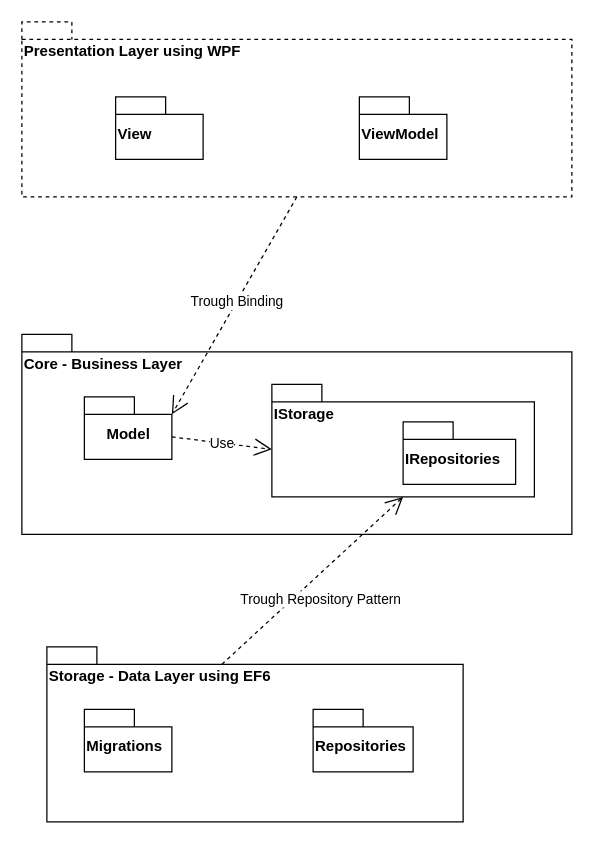
This is PackageModel.drawio from Technus/ItemDB, a draw.io file, before an edit. Source tidied: cells renumbered, new cells numbered last; positions are measured from the earlier drawing's top-left corner, leaving out a move shared by most shapes. Both pictures are drawn from the tidied source at 125%, with x=0, y=0 at pixel (21, 21).
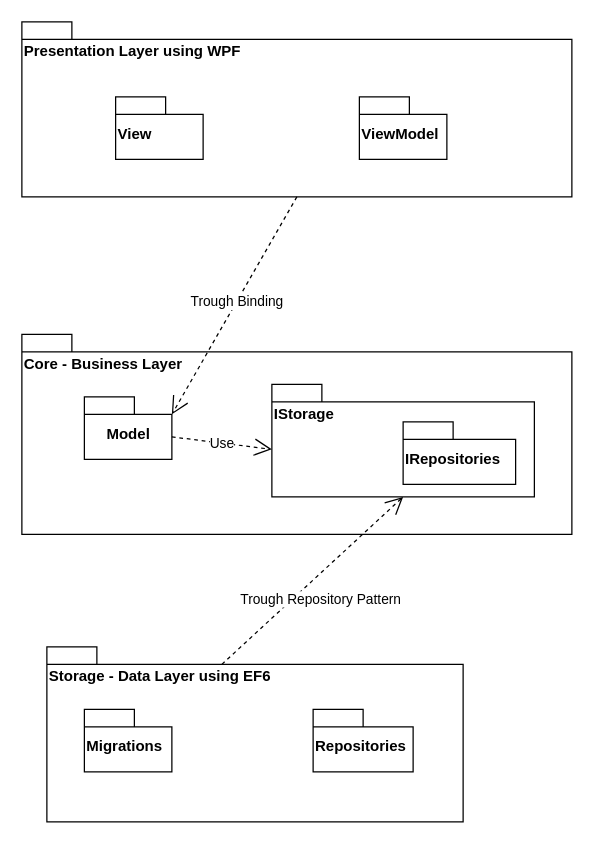
The same page after the edit.

Commit message:
Update package graph

Diff of the diagram source:
```diff
@@
 <mxGraphModel>
   <root>
     <mxCell id="0" />
     <mxCell id="1" parent="0" />
     <mxCell id="2" value="Core - Business Layer" style="shape=folder;fontStyle=1;spacingTop=10;tabWidth=40;tabHeight=14;tabPosition=left;html=1;align=left;verticalAlign=top;" parent="1" vertex="1">
       <mxGeometry y="250" width="440" height="160" as="geometry" />
     </mxCell>
     <mxCell id="3" value="Model" style="shape=folder;fontStyle=1;spacingTop=10;tabWidth=40;tabHeight=14;tabPosition=left;html=1;" parent="1" vertex="1">
       <mxGeometry x="50" y="300" width="70" height="50" as="geometry" />
     </mxCell>
     <mxCell id="4" value="IStorage" style="shape=folder;fontStyle=1;spacingTop=10;tabWidth=40;tabHeight=14;tabPosition=left;html=1;align=left;verticalAlign=top;" parent="1" vertex="1">
       <mxGeometry x="200" y="290" width="210" height="90" as="geometry" />
     </mxCell>
     <mxCell id="5" value="IRepositories" style="shape=folder;fontStyle=1;spacingTop=10;tabWidth=40;tabHeight=14;tabPosition=left;html=1;align=left;" parent="1" vertex="1">
       <mxGeometry x="305" y="320" width="90" height="50" as="geometry" />
     </mxCell>
     <mxCell id="6" value="Storage - Data Layer using EF6" style="shape=folder;fontStyle=1;spacingTop=10;tabWidth=40;tabHeight=14;tabPosition=left;html=1;align=left;verticalAlign=top;" parent="1" vertex="1">
       <mxGeometry x="20" y="500" width="333" height="140" as="geometry" />
     </mxCell>
     <mxCell id="7" value="Migrations" style="shape=folder;fontStyle=1;spacingTop=10;tabWidth=40;tabHeight=14;tabPosition=left;html=1;align=left;" parent="1" vertex="1">
       <mxGeometry x="50" y="550" width="70" height="50" as="geometry" />
     </mxCell>
     <mxCell id="8" value="Repositories" style="shape=folder;fontStyle=1;spacingTop=10;tabWidth=40;tabHeight=14;tabPosition=left;html=1;align=left;" parent="1" vertex="1">
       <mxGeometry x="233" y="550" width="80" height="50" as="geometry" />
     </mxCell>
-    <mxCell id="9" value="Presentation Layer using WPF" style="shape=folder;fontStyle=1;spacingTop=10;tabWidth=40;tabHeight=14;tabPosition=left;html=1;align=left;verticalAlign=top;dashed=1;" parent="1" vertex="1">
+    <mxCell id="9" value="Presentation Layer using WPF" style="shape=folder;fontStyle=1;spacingTop=10;tabWidth=40;tabHeight=14;tabPosition=left;html=1;align=left;verticalAlign=top;" parent="1" vertex="1">
       <mxGeometry width="440" height="140" as="geometry" />
     </mxCell>
     <mxCell id="10" value="View" style="shape=folder;fontStyle=1;spacingTop=10;tabWidth=40;tabHeight=14;tabPosition=left;html=1;align=left;" parent="1" vertex="1">
       <mxGeometry x="75" y="60" width="70" height="50" as="geometry" />
     </mxCell>
     <mxCell id="11" value="ViewModel" style="shape=folder;fontStyle=1;spacingTop=10;tabWidth=40;tabHeight=14;tabPosition=left;html=1;align=left;" parent="1" vertex="1">
       <mxGeometry x="270" y="60" width="70" height="50" as="geometry" />
     </mxCell>
     <mxCell id="12" value="Trough Binding" style="endArrow=open;endSize=12;dashed=1;html=1;exitX=0.5;exitY=1;exitDx=0;exitDy=0;exitPerimeter=0;entryX=0;entryY=0;entryDx=70;entryDy=14;entryPerimeter=0;" parent="1" edge="1" source="9" target="3">
       <mxGeometry x="-0.03" relative="1" as="geometry" />
     </mxCell>
     <mxCell id="13" value="Trough Repository Pattern" style="endArrow=open;endSize=12;dashed=1;html=1;exitX=0;exitY=0;exitDx=140;exitDy=14;exitPerimeter=0;entryX=0.5;entryY=1;entryDx=0;entryDy=0;entryPerimeter=0;" parent="1" edge="1" source="6" target="4">
       <mxGeometry x="-0.06" y="-16" relative="1" as="geometry">
         <mxPoint y="-1" as="offset" />
       </mxGeometry>
     </mxCell>
     <mxCell id="14" value="Use" style="endArrow=open;endSize=12;dashed=1;html=1;exitX=0;exitY=0;exitDx=70;exitDy=32;exitPerimeter=0;entryX=0;entryY=0;entryDx=0;entryDy=52;entryPerimeter=0;" parent="1" edge="1" source="3" target="4">
       <mxGeometry relative="1" as="geometry" />
     </mxCell>
   </root>
 </mxGraphModel>
```
